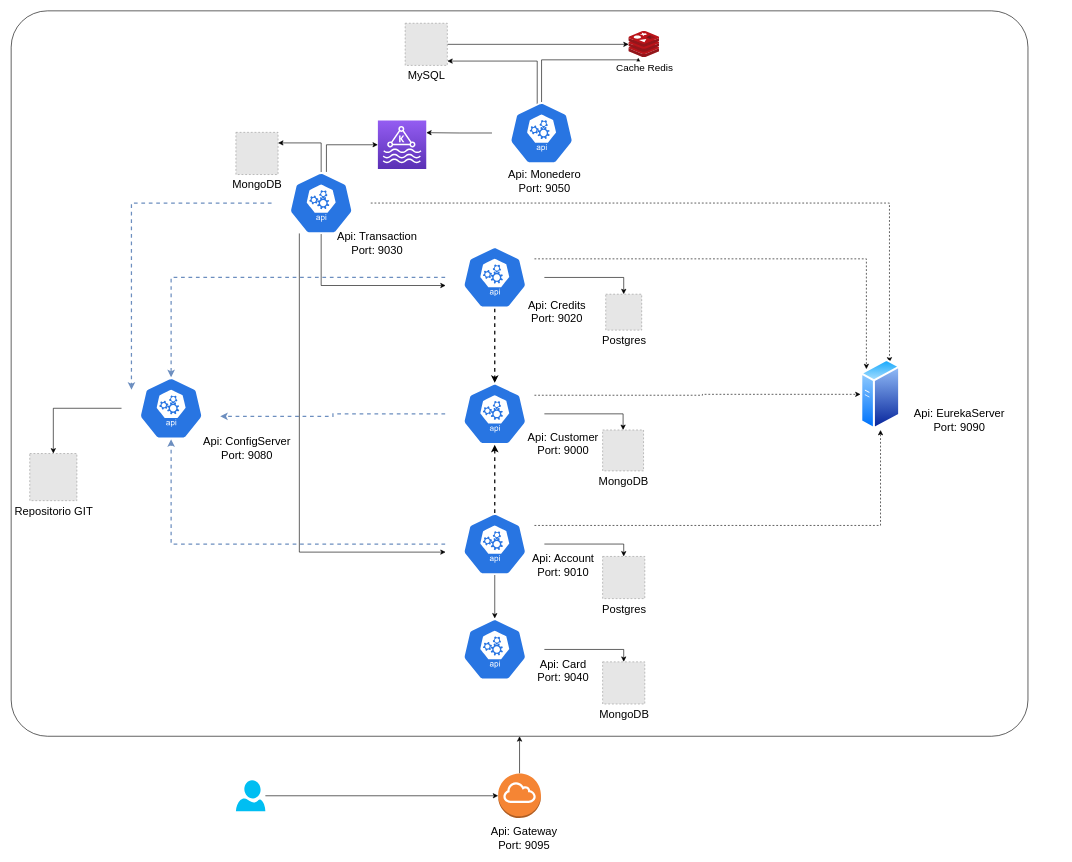
Earlier version of the draw.io diagram page "Page-1" (1 of 2) of Proyecto04.drawio (joselizagaravito/BilleteraVirtual). Source tidied: cells renumbered, new cells numbered last; positions are measured from the earlier drawing's top-left corner, leaving out a move shared by most shapes. Both pictures are drawn from the tidied source at 62%, with x=0, y=0 at pixel (11, 11). Pictures stored in the file or linked from it are replaced by grey dashed boxes.
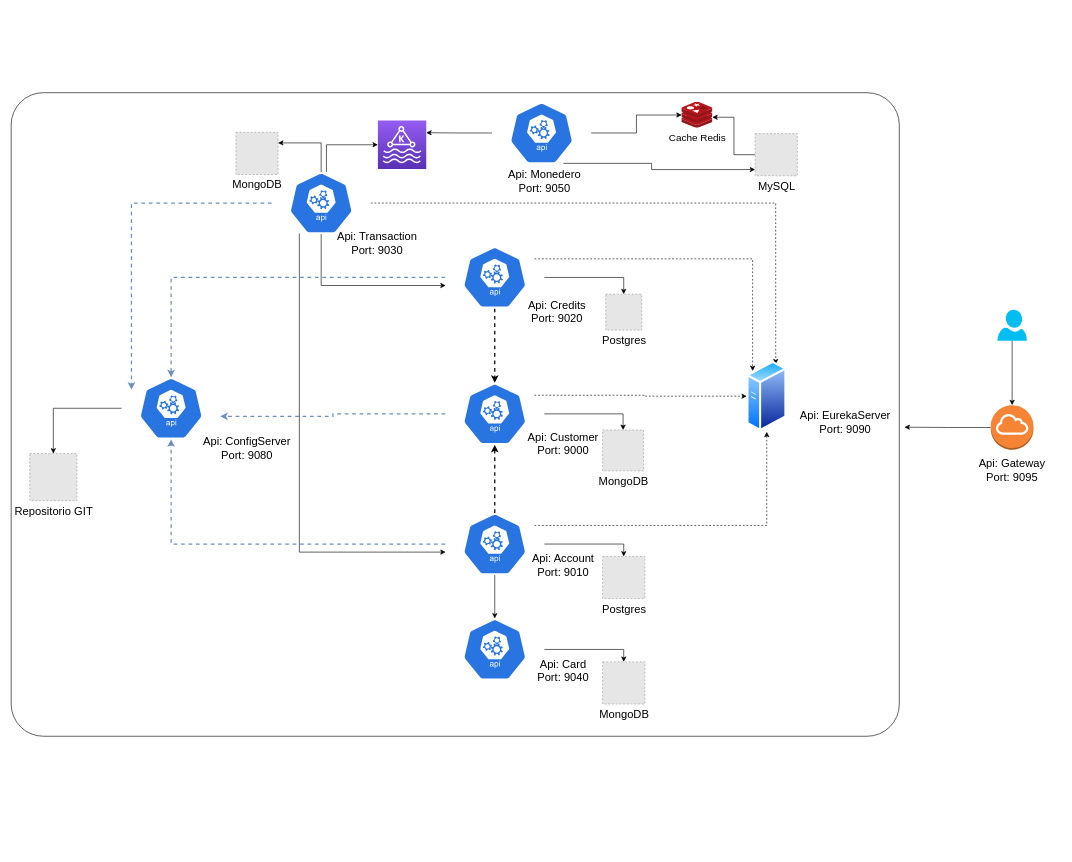
The same page after the edit.

The change refers to these unchanged cells:
```xml
<mxCell id="53" style="sketch=0;html=1;dashed=0;whitespace=wrap;fillColor=#2875E2;strokeColor=#ffffff;points=[[0.005,0.63,0],[0.1,0.2,0],[0.9,0.2,0],[0.5,0,0],[0.995,0.63,0],[0.72,0.99,0],[0.5,1,0],[0.28,0.99,0]];shape=mxgraph.kubernetes.icon;prIcon=api;" parent="1" vertex="1">
  <mxGeometry x="775" y="147" width="160" height="100" as="geometry" />
</mxCell>
<mxCell id="56" style="sketch=0;points=[[0,0,0],[0.25,0,0],[0.5,0,0],[0.75,0,0],[1,0,0],[0,1,0],[0.25,1,0],[0.5,1,0],[0.75,1,0],[1,1,0],[0,0.25,0],[0,0.5,0],[0,0.75,0],[1,0.25,0],[1,0.5,0],[1,0.75,0]];outlineConnect=0;fontColor=#232F3E;gradientColor=#945DF2;gradientDirection=north;fillColor=#5A30B5;strokeColor=#ffffff;dashed=0;verticalLabelPosition=bottom;verticalAlign=top;align=center;html=1;fontSize=12;fontStyle=0;shape=mxgraph.aws4.resourceIcon;resIcon=mxgraph.aws4.managed_streaming_for_kafka;" parent="1" vertex="1">
  <mxGeometry x="591" y="177" width="78" height="78" as="geometry" />
</mxCell>
```

The edit, as a diff of the source:
```diff
@@
     <mxCell id="2" style="rounded=1;whiteSpace=wrap;html=1;arcSize=5;" parent="1" vertex="1">
-      <mxGeometry x="-0.5" width="1640" height="1170" as="geometry" />
+      <mxGeometry x="-0.5" y="132" width="1432.5" height="1038" as="geometry" />
     </mxCell>
@@
     <mxCell id="33" style="perimeter=ellipsePerimeter;html=1;align=center;shadow=0;dashed=0;spacingTop=3;image;image=img/lib/active_directory/generic_server.svg;" parent="1" vertex="1">
-      <mxGeometry x="1369.5" y="561" width="64.4" height="115" as="geometry" />
+      <mxGeometry x="1186" y="564" width="64.4" height="115" as="geometry" />
     </mxCell>
     <mxCell id="34" value="&lt;font style=&quot;font-size: 18px;&quot;&gt;Api: EurekaServer&lt;br&gt;Port: 9090&lt;/font&gt;" style="text;html=1;strokeColor=none;fillColor=none;align=center;verticalAlign=middle;whiteSpace=wrap;rounded=0;" parent="1" vertex="1">
-      <mxGeometry x="1433.9" y="646" width="190" height="30" as="geometry" />
+      <mxGeometry x="1250.4" y="649" width="190" height="30" as="geometry" />
     </mxCell>
@@
     <mxCell id="43" value="&lt;font style=&quot;font-size: 18px;&quot;&gt;Api: Gateway&lt;br&gt;Port: 9095&lt;/font&gt;" style="text;html=1;strokeColor=none;fillColor=none;align=center;verticalAlign=middle;whiteSpace=wrap;rounded=0;" parent="1" vertex="1">
-      <mxGeometry x="746.5" y="1320" width="160" height="30" as="geometry" />
+      <mxGeometry x="1534" y="727" width="160" height="30" as="geometry" />
     </mxCell>
-    <mxCell id="44" style="edgeStyle=orthogonalEdgeStyle;rounded=0;jettySize=auto;html=1;entryX=0.5;entryY=1;entryDx=0;entryDy=0;" parent="1" edge="1" source="45" target="2">
-      <mxGeometry relative="1" as="geometry" />
-    </mxCell>
+    <mxCell id="57" style="edgeStyle=orthogonalEdgeStyle;rounded=0;jettySize=auto;html=1;entryX=1;entryY=0.75;entryDx=0;entryDy=0;" parent="1" edge="1" source="45" target="34">
+      <mxGeometry relative="1" as="geometry" />
+    </mxCell>
     <mxCell id="45" style="outlineConnect=0;dashed=0;verticalLabelPosition=bottom;verticalAlign=top;align=center;html=1;shape=mxgraph.aws3.internet_gateway;fillColor=#F58534;gradientColor=none;" parent="1" vertex="1">
-      <mxGeometry x="785" y="1230" width="69" height="72" as="geometry" />
+      <mxGeometry x="1579.5" y="636" width="69" height="72" as="geometry" />
     </mxCell>
-    <mxCell id="46" style="edgeStyle=orthogonalEdgeStyle;rounded=0;jettySize=auto;html=1;entryX=0;entryY=0.5;entryDx=0;entryDy=0;entryPerimeter=0;" parent="1" edge="1" source="47" target="45">
+    <mxCell id="46" style="edgeStyle=orthogonalEdgeStyle;rounded=0;jettySize=auto;html=1;entryX=0.5;entryY=0;entryDx=0;entryDy=0;entryPerimeter=0;" parent="1" edge="1" source="47" target="45">
       <mxGeometry relative="1" as="geometry" />
     </mxCell>
     <mxCell id="47" style="verticalLabelPosition=bottom;html=1;verticalAlign=top;align=center;strokeColor=none;fillColor=#00BEF2;shape=mxgraph.azure.user;" parent="1" vertex="1">
-      <mxGeometry x="362" y="1241" width="47.5" height="50" as="geometry" />
+      <mxGeometry x="1590.2" y="482" width="47.5" height="50" as="geometry" />
     </mxCell>
-    <mxCell id="48" style="edgeStyle=orthogonalEdgeStyle;rounded=0;jettySize=auto;html=1;" parent="1" edge="1" source="49" target="55">
+    <mxCell id="48" style="edgeStyle=orthogonalEdgeStyle;rounded=0;jettySize=auto;html=1;entryX=0.988;entryY=0.586;entryDx=0;entryDy=0;entryPerimeter=0;" parent="1" edge="1" source="49" target="55">
       <mxGeometry relative="1" as="geometry" />
     </mxCell>
     <mxCell id="49" value="&lt;font style=&quot;font-size: 18px;&quot;&gt;MySQL&lt;/font&gt;" style="fillColor=#E6E6E6;strokeColor=#999999;dashed=1;html=1;verticalAlign=top;verticalLabelPosition=bottom;labelBackgroundColor=#ffffff;" parent="1" vertex="1">
-      <mxGeometry x="635" y="20" width="68" height="68" as="geometry" />
+      <mxGeometry x="1199.5" y="198" width="68" height="68" as="geometry" />
     </mxCell>
+    <mxCell id="52" style="edgeStyle=orthogonalEdgeStyle;rounded=0;jettySize=auto;html=1;entryX=1;entryY=0.25;entryDx=0;entryDy=0;entryPerimeter=0;" parent="1" edge="1" source="53" target="56">
+      <mxGeometry relative="1" as="geometry" />
+    </mxCell>
-    <mxCell id="50" style="edgeStyle=orthogonalEdgeStyle;rounded=0;jettySize=auto;html=1;entryX=0.309;entryY=1.014;entryDx=0;entryDy=0;entryPerimeter=0;exitX=0.5;exitY=0;exitDx=0;exitDy=0;exitPerimeter=0;" parent="1" edge="1" source="53" target="55">
-      <mxGeometry relative="1" as="geometry">
-        <Array as="points">
-          <mxPoint x="855" y="79" />
-          <mxPoint x="1011" y="79" />
-        </Array>
-      </mxGeometry>
+    <mxCell id="50" style="edgeStyle=orthogonalEdgeStyle;rounded=0;jettySize=auto;html=1;" parent="1" edge="1" source="53" target="55">
+      <mxGeometry relative="1" as="geometry" />
     </mxCell>
-    <mxCell id="51" style="edgeStyle=orthogonalEdgeStyle;rounded=0;jettySize=auto;html=1;exitX=0.456;exitY=0.08;exitDx=0;exitDy=0;exitPerimeter=0;" parent="1" edge="1" source="53" target="49">
+    <mxCell id="51" style="edgeStyle=orthogonalEdgeStyle;rounded=0;jettySize=auto;html=1;exitX=0.72;exitY=0.99;exitDx=0;exitDy=0;exitPerimeter=0;" parent="1" edge="1" source="53" target="49">
       <mxGeometry relative="1" as="geometry">
         <Array as="points">
-          <mxPoint x="848" y="81" />
+          <mxPoint x="1032.5" y="246" />
+          <mxPoint x="1032.5" y="256" />
         </Array>
       </mxGeometry>
     </mxCell>
-    <mxCell id="52" style="edgeStyle=orthogonalEdgeStyle;rounded=0;jettySize=auto;html=1;entryX=1;entryY=0.25;entryDx=0;entryDy=0;entryPerimeter=0;" parent="1" edge="1" source="53" target="56">
-      <mxGeometry relative="1" as="geometry" />
-    </mxCell>
@@
     <mxCell id="55" value="&lt;font style=&quot;font-size: 16px;&quot;&gt;Cache Redis&lt;/font&gt;" style="sketch=0;html=1;points=[];align=center;image;fontSize=12;image=img/lib/mscae/Cache_Redis_Product.svg;" parent="1" vertex="1">
-      <mxGeometry x="995.5" y="33" width="50" height="42" as="geometry" />
+      <mxGeometry x="1081" y="147" width="50" height="42" as="geometry" />
     </mxCell>
```
